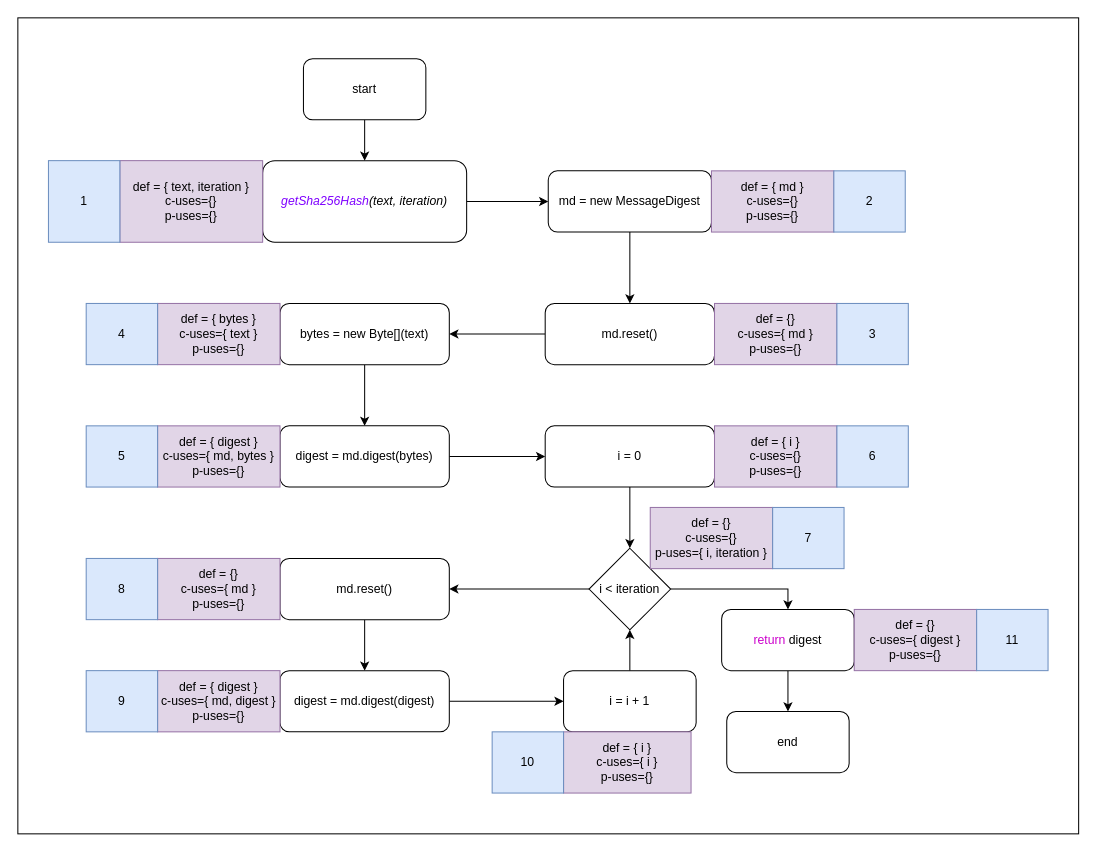
Earlier version of the draw.io diagram dataflow/GetSha256HashDataFlow.drawio (Telmooo/jpass). Source tidied: cells renumbered, new cells numbered last; positions are measured from the earlier drawing's top-left corner, leaving out a move shared by most shapes. Both pictures are drawn from the tidied source at 102%, with x=0, y=0 at pixel (17, 17).
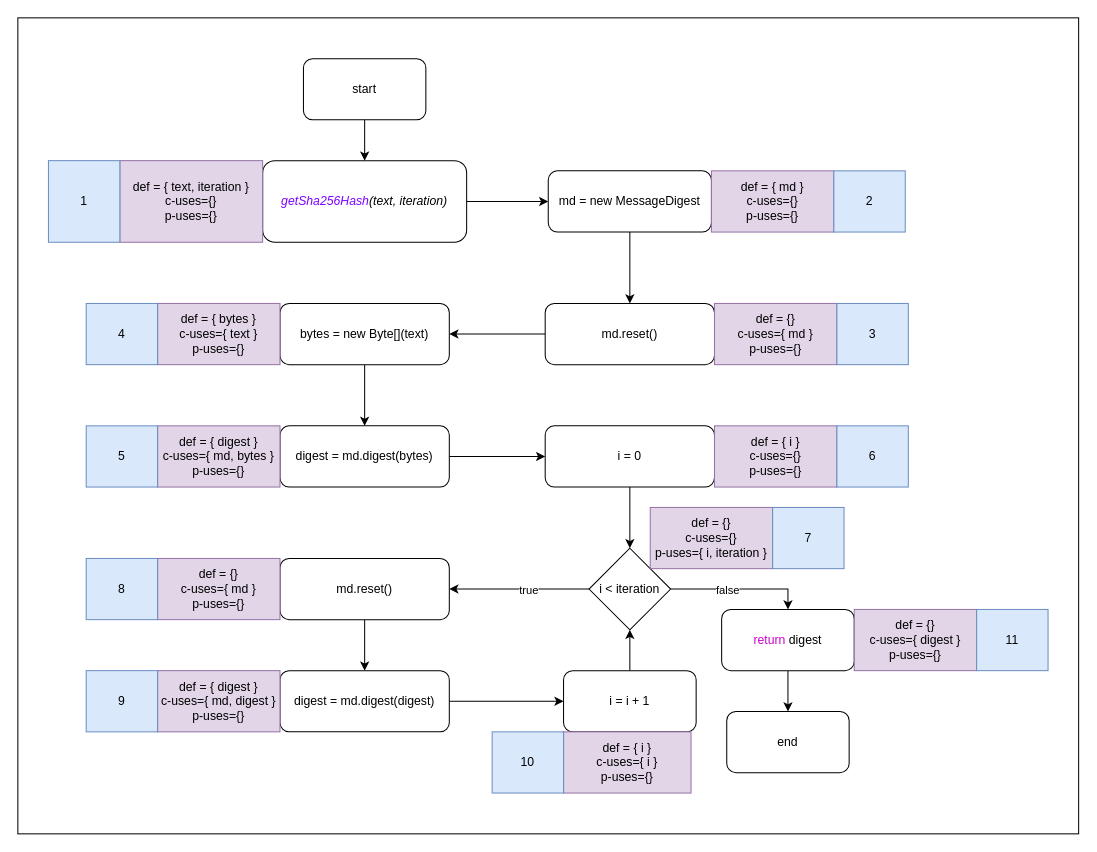
The same page after the edit.

Commit message (it also covers changes not shown here):
Finished getSha256Hash dataflow testing report

Unchanged cells that the change refers to:
```xml
<mxCell id="17" style="edgeStyle=orthogonalEdgeStyle;rounded=0;jettySize=auto;html=1;exitX=0;exitY=0.5;exitDx=0;exitDy=0;entryX=1;entryY=0.5;entryDx=0;entryDy=0;fontSize=12;fontColor=#000000;" parent="1" edge="1" source="19" target="21">
  <mxGeometry relative="1" as="geometry" />
</mxCell>
<mxCell id="18" style="edgeStyle=orthogonalEdgeStyle;rounded=0;jettySize=auto;html=1;exitX=1;exitY=0.5;exitDx=0;exitDy=0;entryX=0.5;entryY=0;entryDx=0;entryDy=0;fontSize=12;fontColor=#000000;" parent="1" edge="1" source="19" target="27">
  <mxGeometry relative="1" as="geometry" />
</mxCell>
```

Change to the diagram source:
```diff
@@
+    <mxCell id="51" value="true" style="edgeLabel;html=1;align=center;verticalAlign=middle;" parent="17" vertex="1">
+      <mxGeometry x="-0.11" relative="1" as="geometry">
+        <mxPoint x="1" as="offset" />
+      </mxGeometry>
+    </mxCell>
@@
+    <mxCell id="52" value="false" style="edgeLabel;html=1;align=center;verticalAlign=middle;" parent="18" vertex="1">
+      <mxGeometry x="-0.33" y="1" relative="1" as="geometry">
+        <mxPoint x="10" y="1" as="offset" />
+      </mxGeometry>
+    </mxCell>
```
